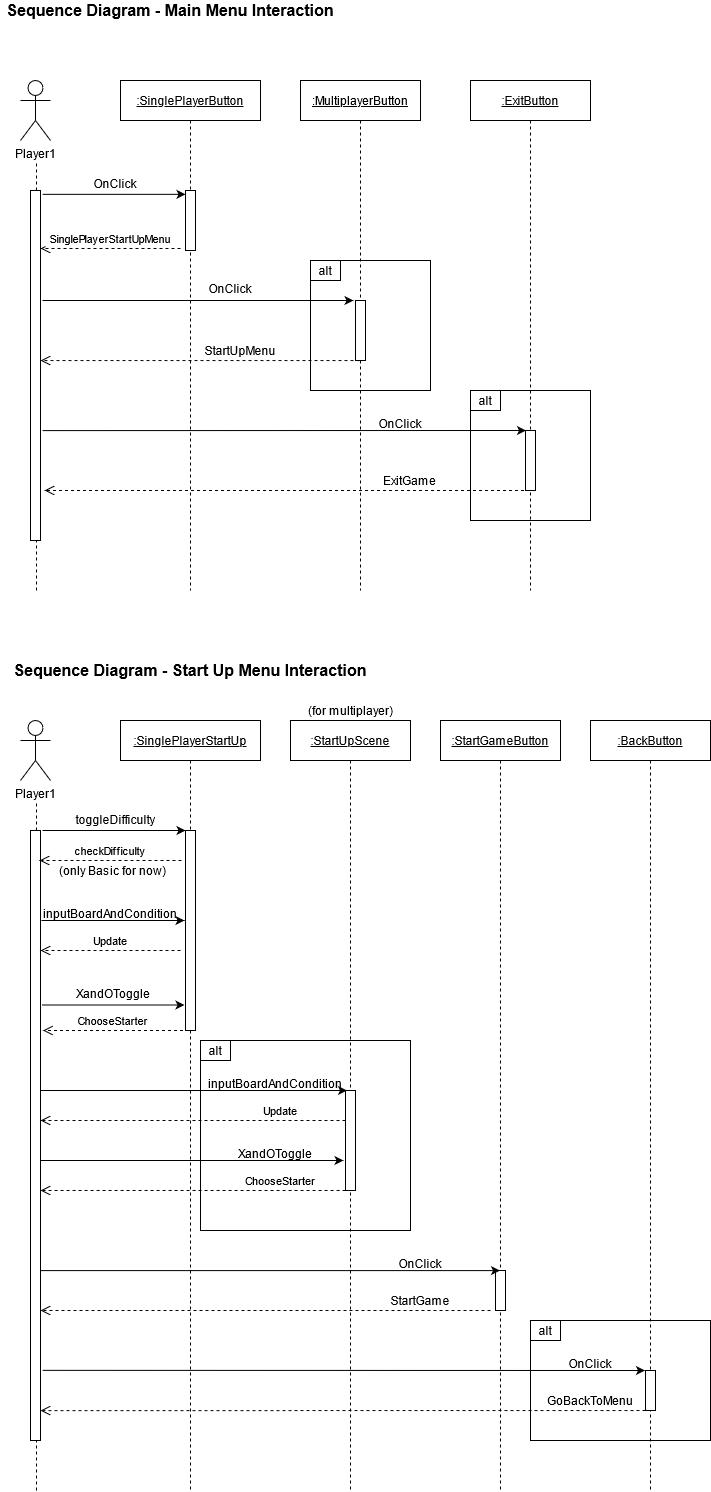
The draw.io diagram PA4/Diagrams/SequenceDiagram1.png in jeremiahbaclig/Software-Engineering, before a commit. Source tidied: cells renumbered, new cells last; positions are measured from the earlier drawing's top-left corner, leaving out a move shared by most shapes.
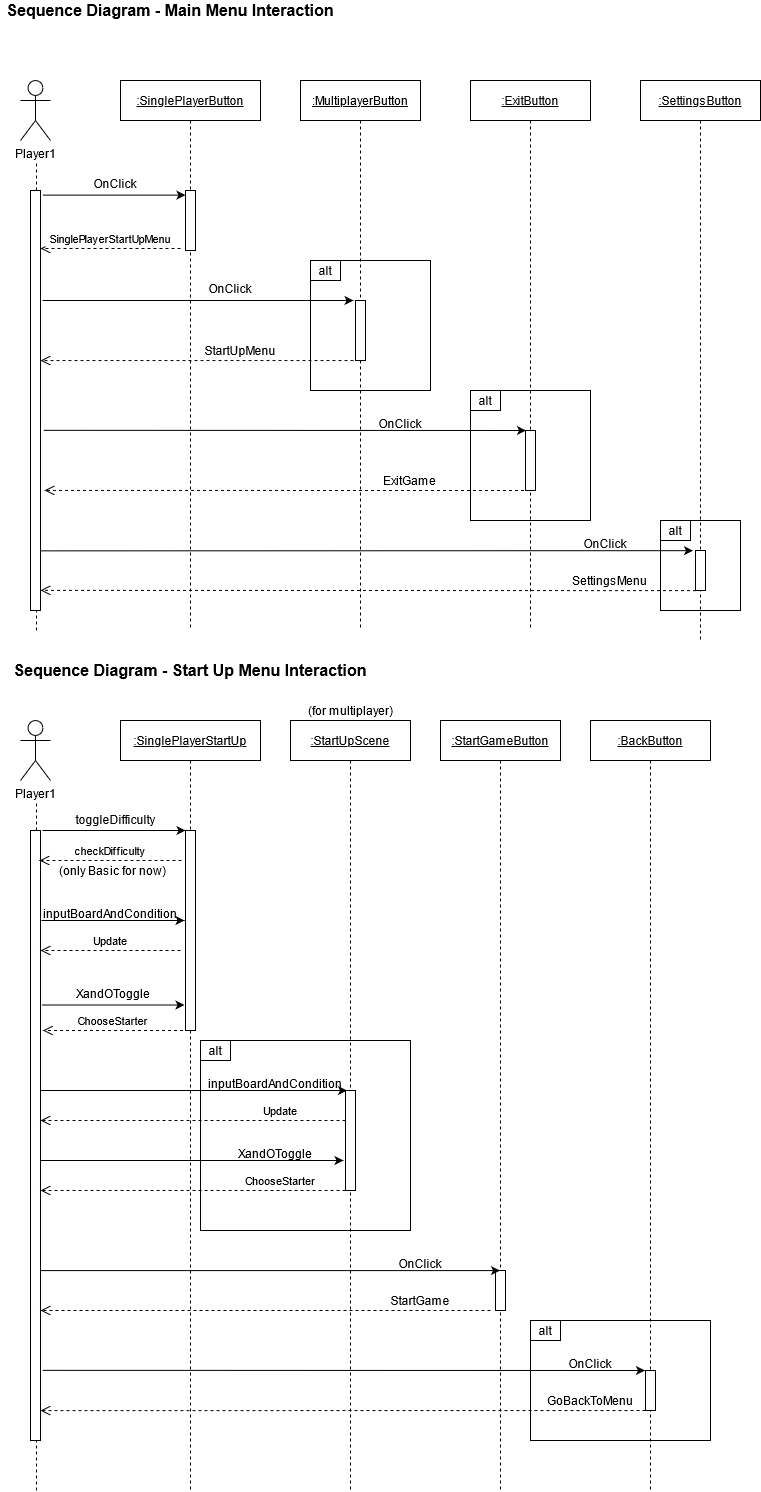
The same file after the commit.

Commit message:
updated sequence and use case diagrams

What changed in the source:
```diff
@@ -2,6 +2,9 @@
   <root>
     <mxCell id="0" />
     <mxCell id="1" parent="0" />
+    <mxCell id="67" style="rounded=0;whiteSpace=wrap;html=1;" parent="1" vertex="1">
+      <mxGeometry x="660" y="520" width="80" height="90" as="geometry" />
+    </mxCell>
     <mxCell id="2" style="rounded=0;whiteSpace=wrap;html=1;" parent="1" vertex="1">
       <mxGeometry x="530" y="1320" width="180" height="120" as="geometry" />
     </mxCell>
@@ -15,13 +18,13 @@
       <mxGeometry x="310" y="260" width="120" height="130" as="geometry" />
     </mxCell>
     <mxCell id="6" value=":MultiplayerButton" style="shape=umlLifeline;perimeter=lifelinePerimeter;rounded=0;shadow=0;strokeWidth=1;size=40;fontStyle=4;" parent="1" vertex="1">
-      <mxGeometry x="300" y="80" width="120" height="510" as="geometry" />
+      <mxGeometry x="300" y="80" width="120" height="550" as="geometry" />
     </mxCell>
     <mxCell id="7" style="perimeter=orthogonalPerimeter;rounded=0;shadow=0;strokeWidth=1;" parent="6" vertex="1">
       <mxGeometry x="55" y="220" width="10" height="60" as="geometry" />
     </mxCell>
     <mxCell id="8" value=":SinglePlayerButton" style="shape=umlLifeline;perimeter=lifelinePerimeter;rounded=0;shadow=0;strokeWidth=1;fontStyle=4;" parent="1" vertex="1">
-      <mxGeometry x="120" y="80" width="140" height="510" as="geometry" />
+      <mxGeometry x="120" y="80" width="140" height="550" as="geometry" />
     </mxCell>
     <mxCell id="9" style="points=[];perimeter=orthogonalPerimeter;rounded=0;shadow=0;strokeWidth=1;" parent="8" vertex="1">
       <mxGeometry x="65" y="110" width="10" height="60" as="geometry" />
@@ -43,11 +46,11 @@
       </mxGeometry>
     </mxCell>
     <mxCell id="14" style="points=[];perimeter=orthogonalPerimeter;rounded=0;shadow=0;strokeWidth=1;" parent="1" vertex="1">
-      <mxGeometry x="30" y="190" width="10" height="350" as="geometry" />
+      <mxGeometry x="30" y="190" width="10" height="420" as="geometry" />
     </mxCell>
     <mxCell id="15" style="endArrow=none;dashed=1;html=1;" parent="1" edge="1" target="14">
       <mxGeometry relative="1" as="geometry">
-        <mxPoint x="36" y="590" as="sourcePoint" />
+        <mxPoint x="36" y="630" as="sourcePoint" />
       </mxGeometry>
     </mxCell>
     <mxCell id="16" value="&lt;div align=&quot;center&quot;&gt;OnClick&lt;/div&gt;" style="text;whiteSpace=wrap;html=1;align=center;" parent="1" vertex="1">
@@ -74,7 +77,7 @@
       </mxGeometry>
     </mxCell>
     <mxCell id="22" value=":ExitButton" style="shape=umlLifeline;perimeter=lifelinePerimeter;rounded=0;shadow=0;strokeWidth=1;size=40;fontStyle=4;" parent="1" vertex="1">
-      <mxGeometry x="470" y="80" width="120" height="510" as="geometry" />
+      <mxGeometry x="470" y="80" width="120" height="550" as="geometry" />
     </mxCell>
     <mxCell id="23" style="perimeter=orthogonalPerimeter;rounded=0;shadow=0;strokeWidth=1;" parent="22" vertex="1">
       <mxGeometry x="55" y="350" width="10" height="60" as="geometry" />
@@ -82,7 +85,7 @@
     <mxCell id="24" value="alt" style="rounded=0;whiteSpace=wrap;html=1;" parent="1" vertex="1">
       <mxGeometry x="470" y="390" width="30" height="20" as="geometry" />
     </mxCell>
-    <mxCell id="25" style="endArrow=classic;html=1;exitX=1.2;exitY=0.686;exitDx=0;exitDy=0;exitPerimeter=0;" parent="1" edge="1" source="14">
+    <mxCell id="25" style="endArrow=classic;html=1;exitX=1.3;exitY=0.571;exitDx=0;exitDy=0;exitPerimeter=0;" parent="1" edge="1" source="14">
       <mxGeometry relative="1" as="geometry">
         <mxPoint x="525.5" y="430" as="targetPoint" />
       </mxGeometry>
@@ -90,7 +93,7 @@
     <mxCell id="26" value="&lt;div align=&quot;center&quot;&gt;OnClick&lt;/div&gt;" style="text;whiteSpace=wrap;html=1;align=center;" parent="1" vertex="1">
       <mxGeometry x="370" y="410" width="60" height="30" as="geometry" />
     </mxCell>
-    <mxCell id="27" value="ExitGame" style="verticalAlign=bottom;endArrow=open;dashed=1;endSize=8;shadow=0;strokeWidth=1;entryX=1.4;entryY=0.857;entryDx=0;entryDy=0;entryPerimeter=0;fontSize=12;" parent="1" edge="1" target="14">
+    <mxCell id="27" value="ExitGame" style="verticalAlign=bottom;endArrow=open;dashed=1;endSize=8;shadow=0;strokeWidth=1;entryX=1.4;entryY=0.714;entryDx=0;entryDy=0;entryPerimeter=0;fontSize=12;" parent="1" edge="1" target="14">
       <mxGeometry x="-0.51" relative="1" as="geometry">
         <mxPoint x="529.5" y="490" as="sourcePoint" />
       </mxGeometry>
@@ -252,5 +255,27 @@
         <mxPoint x="645" y="1410" as="sourcePoint" />
       </mxGeometry>
     </mxCell>
+    <mxCell id="68" value=":SettingsButton" style="shape=umlLifeline;perimeter=lifelinePerimeter;rounded=0;shadow=0;strokeWidth=1;size=40;fontStyle=4;" parent="1" vertex="1">
+      <mxGeometry x="640" y="80" width="120" height="560" as="geometry" />
+    </mxCell>
+    <mxCell id="69" style="perimeter=orthogonalPerimeter;rounded=0;shadow=0;strokeWidth=1;" parent="68" vertex="1">
+      <mxGeometry x="55" y="470" width="10" height="40" as="geometry" />
+    </mxCell>
+    <mxCell id="70" value="alt" style="rounded=0;whiteSpace=wrap;html=1;" parent="1" vertex="1">
+      <mxGeometry x="660" y="520" width="30" height="20" as="geometry" />
+    </mxCell>
+    <mxCell id="71" style="endArrow=classic;html=1;exitX=1;exitY=0.858;exitDx=0;exitDy=0;exitPerimeter=0;" parent="1" edge="1" source="14">
+      <mxGeometry relative="1" as="geometry">
+        <mxPoint x="692.5" y="550.2" as="targetPoint" />
+      </mxGeometry>
+    </mxCell>
+    <mxCell id="72" value="&lt;div align=&quot;center&quot;&gt;OnClick&lt;/div&gt;" style="text;whiteSpace=wrap;html=1;align=center;" parent="1" vertex="1">
+      <mxGeometry x="570" y="530" width="70" height="30" as="geometry" />
+    </mxCell>
+    <mxCell id="73" value="SettingsMenu" style="verticalAlign=bottom;endArrow=open;dashed=1;endSize=8;shadow=0;strokeWidth=1;entryX=1;entryY=0.952;entryDx=0;entryDy=0;entryPerimeter=0;fontSize=12;" parent="1" edge="1" target="14">
+      <mxGeometry x="-0.74" relative="1" as="geometry">
+        <mxPoint x="695.5" y="590.1" as="sourcePoint" />
+      </mxGeometry>
+    </mxCell>
   </root>
 </mxGraphModel>
```
